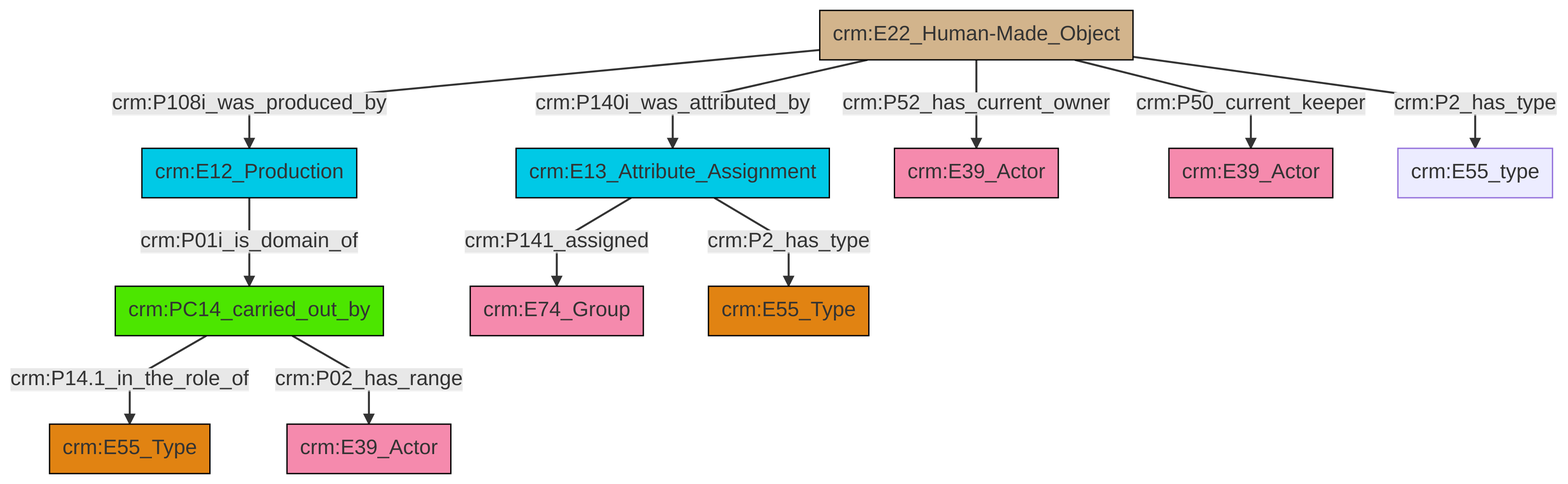
The Mermaid diagram et/artworkCSV/ttl/mmd/png/Artwork_Actor_Relations.png in swiss-art-research-net/docs.swissartresearch, before a commit. Its source is kept beside it as et/artworkCSV/ttl/mmd/Artwork_Actor_Relations.ttl.mmd.
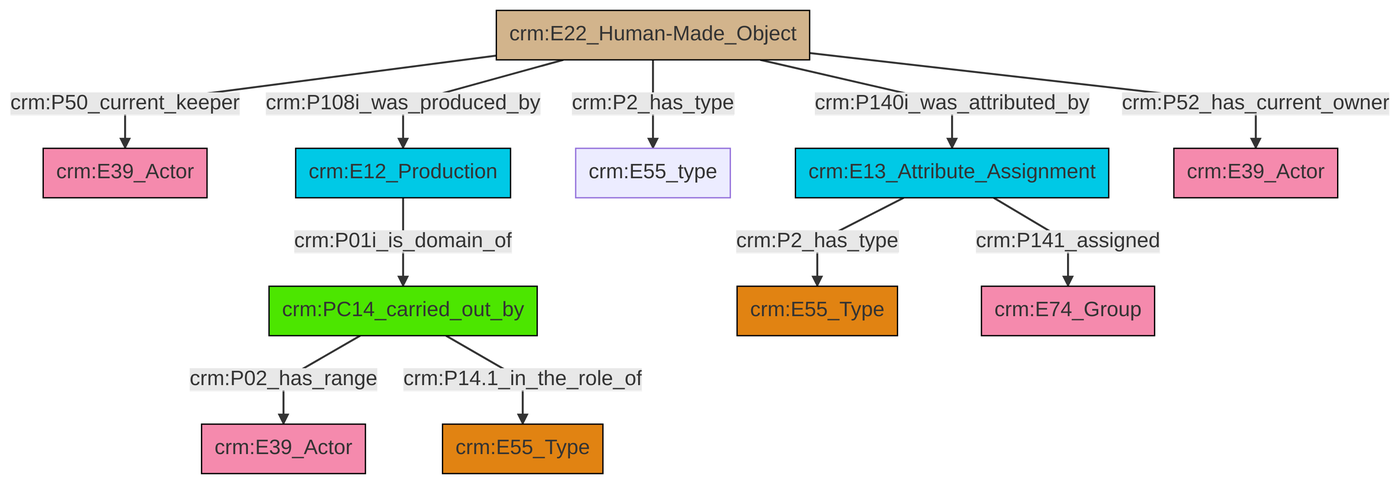
Later version of the same file.

The edit, as a diff of the source:
```diff
@@ -13,13 +13,13 @@
 classDef PC_Classes fill:#4ce600, stroke:#000000;
 classDef Multi fill:#cccccc,stroke:#000000;
 
-2["crm:E22_Human-Made_Object"]:::Physical_Thing -->|crm:P140i_was_attributed_by| 3["crm:E13_Attribute_Assignment"]:::Temporal_Entity
-2["crm:E22_Human-Made_Object"]:::Physical_Thing -->|crm:P108i_was_produced_by| 0["crm:E12_Production"]:::Temporal_Entity
-3["crm:E13_Attribute_Assignment"]:::Temporal_Entity -->|crm:P2_has_type| 14["crm:E55_Type"]:::Type
-2["crm:E22_Human-Made_Object"]:::Physical_Thing -->|crm:P52_has_current_owner| 10["crm:E39_Actor"]:::Actor
-2["crm:E22_Human-Made_Object"]:::Physical_Thing -->|crm:P50_current_keeper| 12["crm:E39_Actor"]:::Actor
-2["crm:E22_Human-Made_Object"]:::Physical_Thing -->|crm:P2_has_type| 16["crm:E55_type"]:::Default
-4["crm:PC14_carried_out_by"]:::PC_Classes -->|crm:P14.1_in_the_role_of| 6["crm:E55_Type"]:::Type
-4["crm:PC14_carried_out_by"]:::PC_Classes -->|crm:P02_has_range| 19["crm:E39_Actor"]:::Actor
-3["crm:E13_Attribute_Assignment"]:::Temporal_Entity -->|crm:P141_assigned| 8["crm:E74_Group"]:::Actor
-0["crm:E12_Production"]:::Temporal_Entity -->|crm:P01i_is_domain_of| 4["crm:PC14_carried_out_by"]:::PC_Classes
+4["crm:E22_Human-Made_Object"]:::Physical_Thing -->|crm:P140i_was_attributed_by| 5["crm:E13_Attribute_Assignment"]:::Temporal_Entity
+4["crm:E22_Human-Made_Object"]:::Physical_Thing -->|crm:P50_current_keeper| 0["crm:E39_Actor"]:::Actor
+8["crm:PC14_carried_out_by"]:::PC_Classes -->|crm:P02_has_range| 9["crm:E39_Actor"]:::Actor
+5["crm:E13_Attribute_Assignment"]:::Temporal_Entity -->|crm:P141_assigned| 16["crm:E74_Group"]:::Actor
+8["crm:PC14_carried_out_by"]:::PC_Classes -->|crm:P14.1_in_the_role_of| 2["crm:E55_Type"]:::Type
+4["crm:E22_Human-Made_Object"]:::Physical_Thing -->|crm:P108i_was_produced_by| 13["crm:E12_Production"]:::Temporal_Entity
+4["crm:E22_Human-Made_Object"]:::Physical_Thing -->|crm:P2_has_type| 6["crm:E55_type"]:::Default
+5["crm:E13_Attribute_Assignment"]:::Temporal_Entity -->|crm:P2_has_type| 11["crm:E55_Type"]:::Type
+13["crm:E12_Production"]:::Temporal_Entity -->|crm:P01i_is_domain_of| 8["crm:PC14_carried_out_by"]:::PC_Classes
+4["crm:E22_Human-Made_Object"]:::Physical_Thing -->|crm:P52_has_current_owner| 18["crm:E39_Actor"]:::Actor
```
